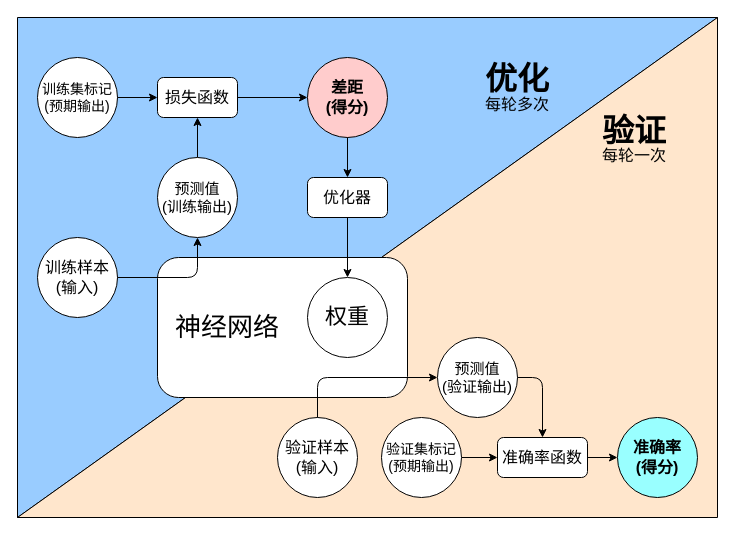
Earlier version of the draw.io diagram MachineLearning/diagram/training_process_cn.drawio (danteliujie/audioFrameWork). Source tidied: cells renumbered, new cells numbered last; positions are measured from the earlier drawing's top-left corner, leaving out a move shared by most shapes. Both pictures are drawn from the tidied source at 100%, with x=0, y=0 at pixel (17, 17).
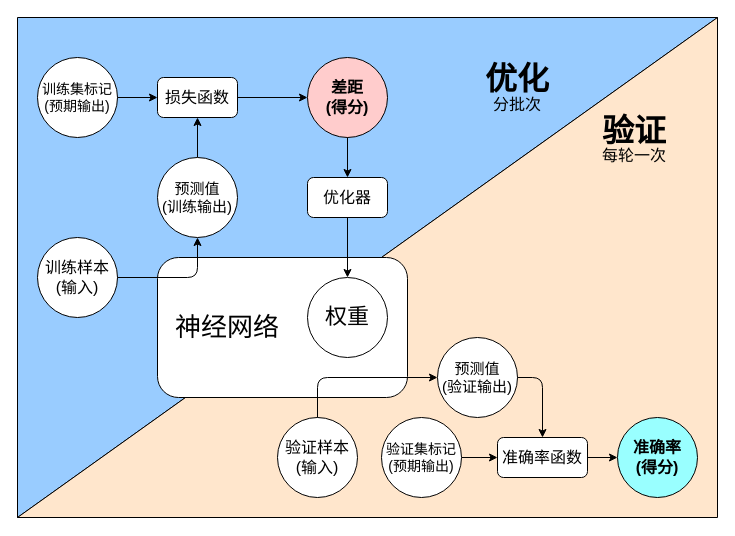
Above is the later version.

What changed in the source:
```diff
@@
-    <mxCell id="29" value="&lt;h1 style=&quot;line-height: 10%&quot;&gt;优化&lt;/h1&gt;&lt;p style=&quot;line-height: 20%&quot;&gt;每轮多次&lt;/p&gt;" style="text;html=1;strokeColor=none;fillColor=none;spacing=5;spacingTop=-20;whiteSpace=wrap;overflow=hidden;rounded=0;fontSize=16;align=center;" parent="1" vertex="1">
+    <mxCell id="29" value="&lt;h1 style=&quot;line-height: 10%&quot;&gt;优化&lt;/h1&gt;&lt;p style=&quot;line-height: 20%&quot;&gt;分批次&lt;/p&gt;" style="text;html=1;strokeColor=none;fillColor=none;spacing=5;spacingTop=-20;whiteSpace=wrap;overflow=hidden;rounded=0;fontSize=16;align=center;" parent="1" vertex="1">
       <mxGeometry x="460" y="50" width="80" height="50" as="geometry" />
     </mxCell>
```
